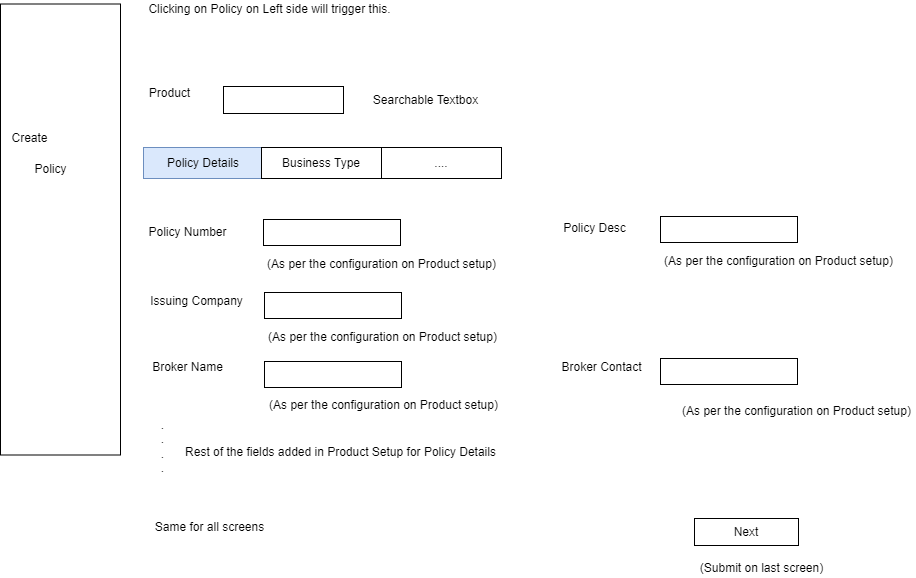
Before: policy_details_screens.drawio.png, a diagram exported from draw.io (idslamba/MarsRover). Source tidied: cells renumbered, new cells last; positions are measured from the earlier drawing's top-left corner, leaving out a move shared by most shapes.
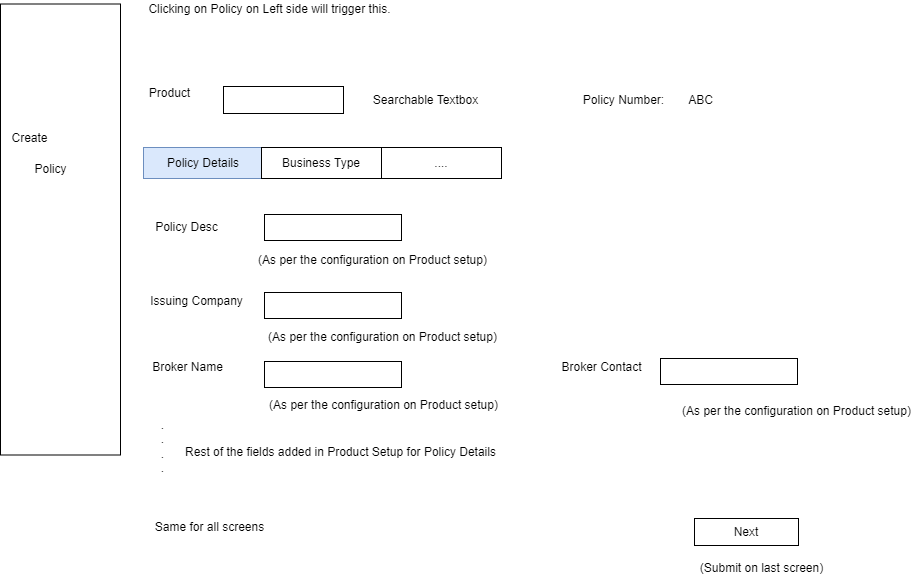
After the commit.

The edit, as a diff of the source:
```diff
@@ -20,17 +20,11 @@
     <mxCell id="7" value="...." style="rounded=0;whiteSpace=wrap;html=1;" parent="1" vertex="1">
       <mxGeometry x="381" y="147" width="120" height="31" as="geometry" />
     </mxCell>
-    <mxCell id="8" style="rounded=0;whiteSpace=wrap;html=1;" parent="1" vertex="1">
-      <mxGeometry x="263" y="219" width="137" height="26" as="geometry" />
-    </mxCell>
-    <mxCell id="9" value="Policy Number" style="text;html=1;align=center;verticalAlign=middle;strokeColor=none;fillColor=none;" parent="1" vertex="1">
-      <mxGeometry x="143" y="223" width="88" height="18" as="geometry" />
+    <mxCell id="9" value="Policy Number:" style="text;html=1;align=center;verticalAlign=middle;strokeColor=none;fillColor=none;" parent="1" vertex="1">
+      <mxGeometry x="577" y="90.5" width="91" height="18" as="geometry" />
     </mxCell>
-    <mxCell id="10" value="(As per the configuration on Product setup)" style="text;html=1;align=center;verticalAlign=middle;strokeColor=none;fillColor=none;" parent="1" vertex="1">
-      <mxGeometry x="261" y="255" width="239" height="18" as="geometry" />
-    </mxCell>
     <mxCell id="11" value="Policy Desc" style="text;html=1;align=center;verticalAlign=middle;strokeColor=none;fillColor=none;" parent="1" vertex="1">
-      <mxGeometry x="557" y="219" width="73" height="18" as="geometry" />
+      <mxGeometry x="149" y="218" width="73" height="18" as="geometry" />
     </mxCell>
     <mxCell id="12" value="Issuing Company" style="text;html=1;align=center;verticalAlign=middle;strokeColor=none;fillColor=none;" parent="1" vertex="1">
       <mxGeometry x="144" y="292" width="103" height="18" as="geometry" />
@@ -39,10 +33,10 @@
       <mxGeometry x="146.5" y="358" width="81" height="18" as="geometry" />
     </mxCell>
     <mxCell id="14" style="rounded=0;whiteSpace=wrap;html=1;" parent="1" vertex="1">
-      <mxGeometry x="660" y="216" width="137" height="26" as="geometry" />
+      <mxGeometry x="264" y="214" width="137" height="26" as="geometry" />
     </mxCell>
     <mxCell id="15" value="(As per the configuration on Product setup)" style="text;html=1;align=center;verticalAlign=middle;strokeColor=none;fillColor=none;" parent="1" vertex="1">
-      <mxGeometry x="658" y="252" width="239" height="18" as="geometry" />
+      <mxGeometry x="252" y="251" width="239" height="18" as="geometry" />
     </mxCell>
     <mxCell id="16" style="rounded=0;whiteSpace=wrap;html=1;" parent="1" vertex="1">
       <mxGeometry x="264" y="292" width="137" height="26" as="geometry" />
@@ -92,5 +86,8 @@
     <mxCell id="31" value="Rest of the fields added in Product Setup for Policy Details" style="text;html=1;align=center;verticalAlign=middle;strokeColor=none;fillColor=none;" parent="1" vertex="1">
       <mxGeometry x="179" y="443" width="321" height="18" as="geometry" />
     </mxCell>
+    <mxCell id="32" value="ABC" style="text;html=1;align=center;verticalAlign=middle;strokeColor=none;fillColor=none;" parent="1" vertex="1">
+      <mxGeometry x="682" y="90.5" width="35" height="18" as="geometry" />
+    </mxCell>
   </root>
 </mxGraphModel>
```
